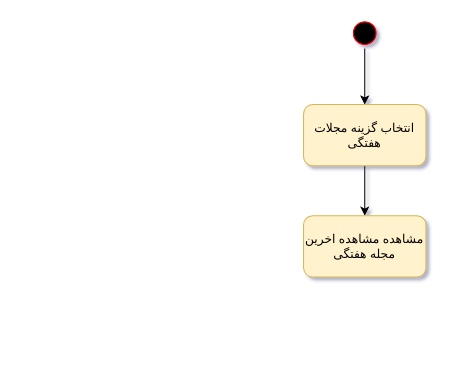
Before: page "مشاهده مجله" (3 of 19) of ActivityDiagram.drawio in Matinrezaei/Software-Lab, a draw.io diagram. Source tidied: cells renumbered, new cells numbered last; positions are measured from the earlier drawing's top-left corner, leaving out a move shared by most shapes. Both pictures are drawn from the tidied source at 102%, with x=0, y=0 at pixel (303, 17).
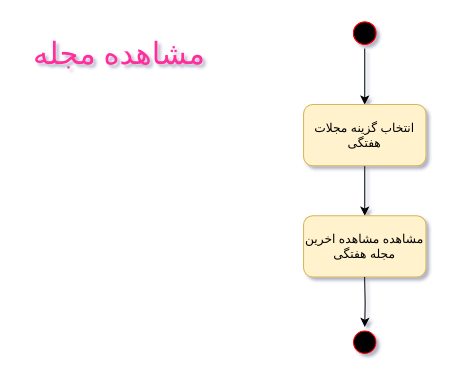
The same page after the edit.

What changed in the source:
```diff
@@
 <mxGraphModel shadow="1">
   <root>
     <mxCell id="0" />
     <mxCell id="1" parent="0" />
     <mxCell id="2" style="ellipse;html=1;shape=startState;fillColor=#000000;strokeColor=#ff0000;" parent="1" vertex="1">
       <mxGeometry x="45.1" width="30" height="30" as="geometry" />
     </mxCell>
     <mxCell id="3" style="edgeStyle=orthogonalEdgeStyle;rounded=0;jettySize=auto;html=1;entryX=0.5;entryY=0;entryDx=0;entryDy=0;" parent="1" edge="1" source="4" target="6">
       <mxGeometry relative="1" as="geometry" />
     </mxCell>
     <mxCell id="4" style="ellipse;html=1;shape=startState;fillColor=#000000;strokeColor=#ff0000;" parent="1" vertex="1">
       <mxGeometry x="45.1" width="30" height="30" as="geometry" />
     </mxCell>
     <mxCell id="5" style="edgeStyle=orthogonalEdgeStyle;rounded=0;jettySize=auto;html=1;entryX=0.5;entryY=0;entryDx=0;entryDy=0;" parent="1" edge="1" source="6" target="7">
       <mxGeometry relative="1" as="geometry" />
     </mxCell>
     <mxCell id="6" value="انتخاب گزینه مجلات هفتگی" style="rounded=1;whiteSpace=wrap;html=1;fillColor=#fff2cc;strokeColor=#d6b656;" parent="1" vertex="1">
       <mxGeometry x="0.1" y="85" width="120" height="60" as="geometry" />
     </mxCell>
     <mxCell id="7" value="مشاهده مشاهده اخرین مجله هفتگی" style="rounded=1;whiteSpace=wrap;html=1;fillColor=#fff2cc;strokeColor=#d6b656;" parent="1" vertex="1">
       <mxGeometry x="0.1" y="194" width="120" height="60" as="geometry" />
     </mxCell>
+    <mxCell id="8" style="edgeStyle=orthogonalEdgeStyle;rounded=0;jettySize=auto;html=1;" parent="1" edge="1" target="9">
+      <mxGeometry relative="1" as="geometry">
+        <mxPoint x="60" y="254" as="sourcePoint" />
+      </mxGeometry>
+    </mxCell>
+    <mxCell id="9" style="ellipse;html=1;shape=startState;fillColor=#000000;strokeColor=#ff0000;" parent="1" vertex="1">
+      <mxGeometry x="45.1" y="303" width="30" height="30" as="geometry" />
+    </mxCell>
+    <mxCell id="10" value="&lt;font style=&quot;font-size: 30px;&quot; color=&quot;#ff2e9d&quot; face=&quot;Tahoma&quot;&gt;مشاهده مجله&lt;/font&gt;" style="text;html=1;align=center;verticalAlign=middle;strokeColor=none;fillColor=none;" parent="1" vertex="1">
+      <mxGeometry x="-280" y="10" width="198" height="48" as="geometry" />
+    </mxCell>
   </root>
 </mxGraphModel>
```
